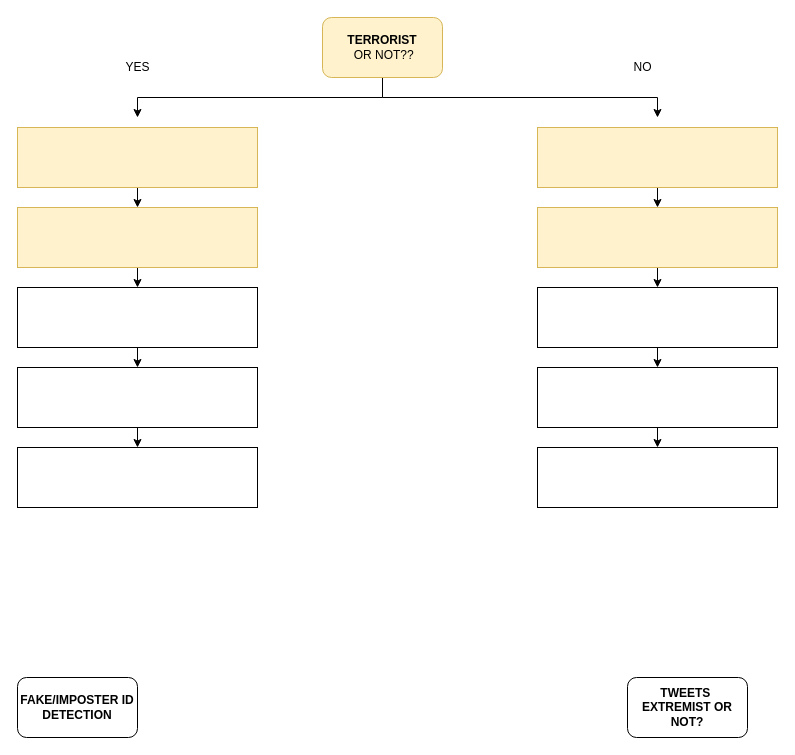
Earlier version of the draw.io diagram page "OR-NOT" (4 of 5) of Untitled Diagram.drawio (gamingflexer/flutter-beginners-tutorial). Source tidied: cells renumbered, new cells numbered last; positions are measured from the earlier drawing's top-left corner, leaving out a move shared by most shapes. Both pictures are drawn from the tidied source at 100%, with x=0, y=0 at pixel (17, 17).
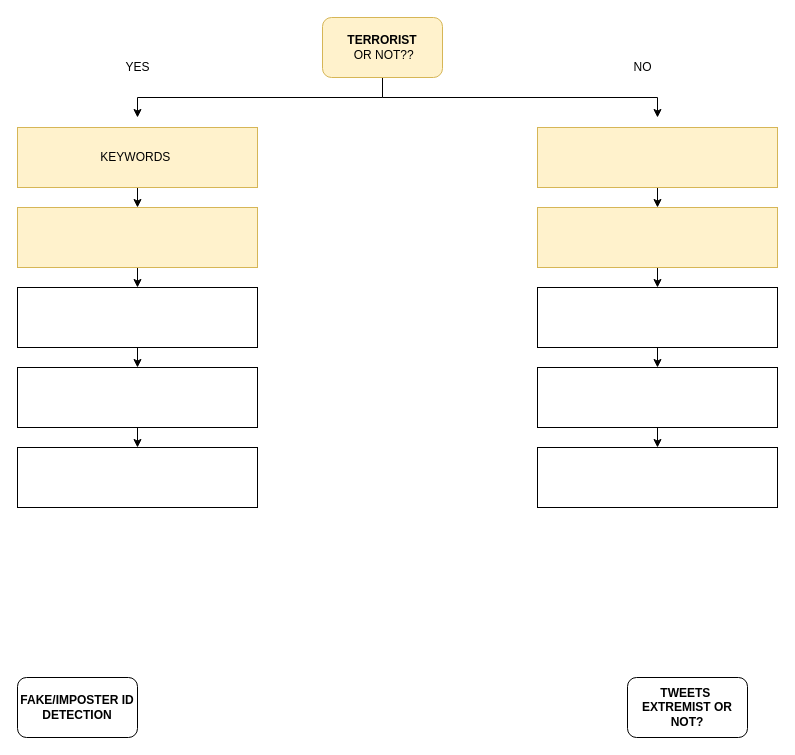
After the change.

The edit, as a diff of the source:
```diff
@@
-    <mxCell id="6" style="rounded=0;whiteSpace=wrap;html=1;fillColor=#fff2cc;strokeColor=#d6b656;" parent="1" vertex="1">
+    <mxCell id="6" value="KEYWORDS&amp;nbsp;" style="rounded=0;whiteSpace=wrap;html=1;fillColor=#fff2cc;strokeColor=#d6b656;" parent="1" vertex="1">
       <mxGeometry y="110" width="240" height="60" as="geometry" />
     </mxCell>
```
